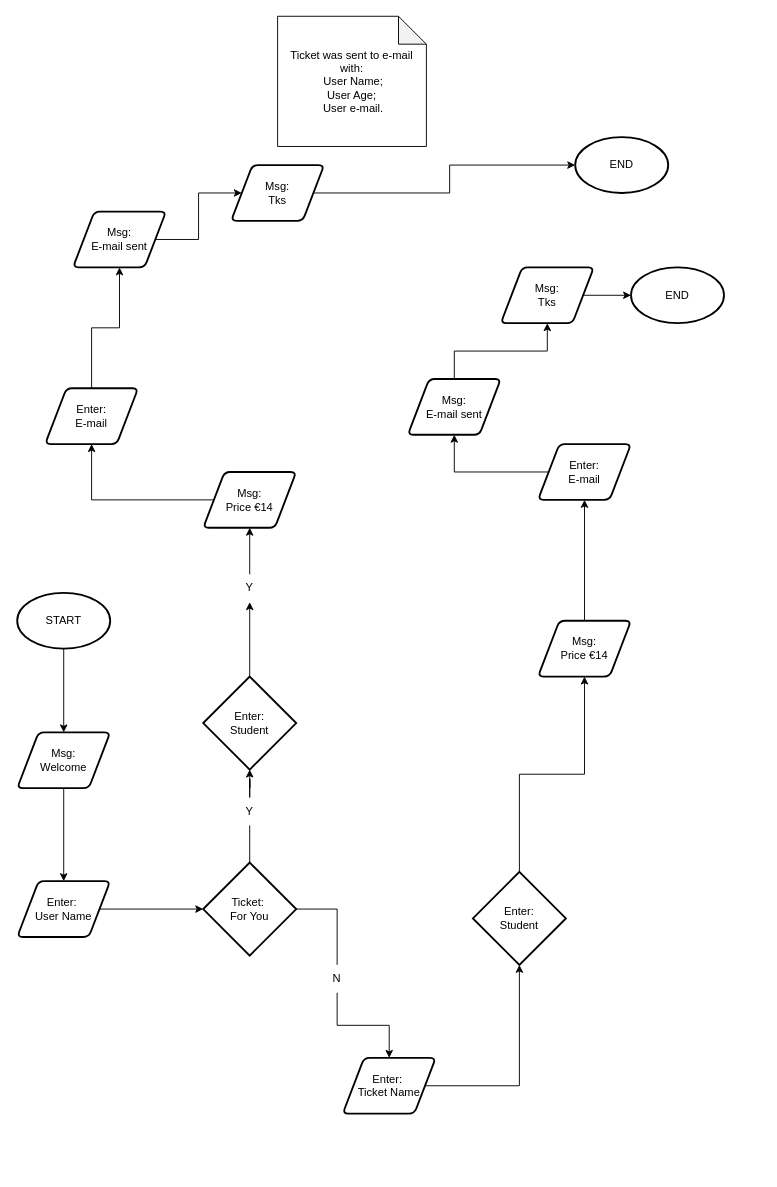
sergio-oliveira-br/NCI-CA-Web-Design keeps this draw.io diagram as js/Untitled Diagram.drawio. Above is the earlier version. Source tidied: cells renumbered, new cells numbered last; positions are measured from the earlier drawing's top-left corner, leaving out a move shared by most shapes. Both pictures are drawn from the tidied source at 93%, with x=0, y=0 at pixel (17, 16).
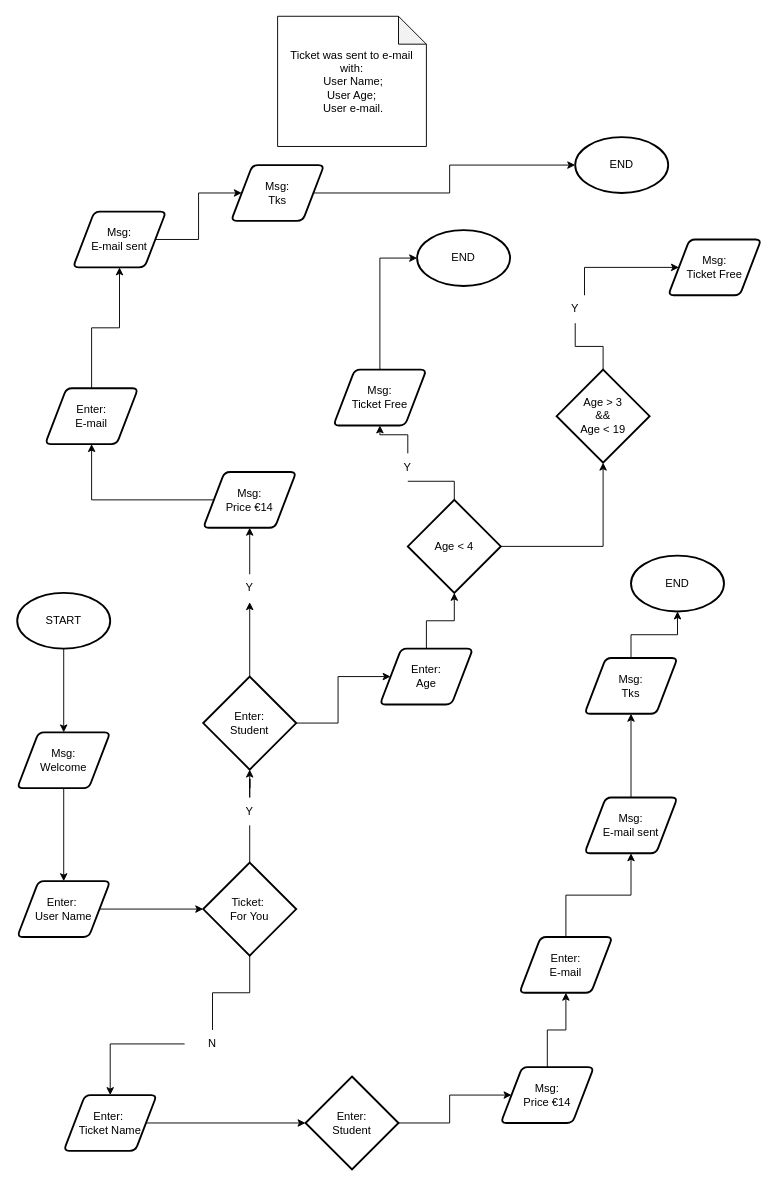
Above is the later version.

Unchanged cells that the change refers to:
```xml
<mxCell id="13" value="Enter:&lt;br&gt;Student" style="strokeWidth=2;html=1;shape=mxgraph.flowchart.decision;whiteSpace=wrap;" parent="1" vertex="1">
  <mxGeometry x="200" y="710" width="100" height="100" as="geometry" />
</mxCell>
```

The edit, as a diff of the source:
```diff
@@
+    <mxCell id="43" style="edgeStyle=orthogonalEdgeStyle;rounded=0;jettySize=auto;html=1;" parent="1" edge="1" source="13" target="45">
+      <mxGeometry relative="1" as="geometry" />
+    </mxCell>
@@
     <mxCell id="26" value="Enter:&amp;nbsp;&lt;br&gt;Ticket Name" style="shape=parallelogram;html=1;strokeWidth=2;perimeter=parallelogramPerimeter;whiteSpace=wrap;rounded=1;arcSize=12;size=0.23;" parent="1" vertex="1">
-      <mxGeometry x="350" y="1120" width="100" height="60" as="geometry" />
+      <mxGeometry x="50" y="1160" width="100" height="60" as="geometry" />
     </mxCell>
@@
     <mxCell id="29" value="N" style="text;html=1;strokeColor=none;fillColor=none;align=center;verticalAlign=middle;whiteSpace=wrap;rounded=0;" parent="1" vertex="1">
-      <mxGeometry x="314" y="1020" width="60" height="30" as="geometry" />
+      <mxGeometry x="180" y="1090" width="60" height="30" as="geometry" />
     </mxCell>
@@
     <mxCell id="31" value="Enter:&lt;br&gt;Student" style="strokeWidth=2;html=1;shape=mxgraph.flowchart.decision;whiteSpace=wrap;" parent="1" vertex="1">
-      <mxGeometry x="490" y="920" width="100" height="100" as="geometry" />
+      <mxGeometry x="310" y="1140" width="100" height="100" as="geometry" />
     </mxCell>
@@
     <mxCell id="33" value="Msg:&lt;br&gt;Price €14" style="shape=parallelogram;html=1;strokeWidth=2;perimeter=parallelogramPerimeter;whiteSpace=wrap;rounded=1;arcSize=12;size=0.23;" parent="1" vertex="1">
-      <mxGeometry x="560" y="650" width="100" height="60" as="geometry" />
+      <mxGeometry x="520" y="1130" width="100" height="60" as="geometry" />
     </mxCell>
@@
     <mxCell id="35" value="Enter:&lt;br&gt;E-mail" style="shape=parallelogram;html=1;strokeWidth=2;perimeter=parallelogramPerimeter;whiteSpace=wrap;rounded=1;arcSize=12;size=0.23;" parent="1" vertex="1">
-      <mxGeometry x="560" y="460" width="100" height="60" as="geometry" />
+      <mxGeometry x="540" y="990" width="100" height="60" as="geometry" />
     </mxCell>
@@
     <mxCell id="37" value="Msg:&lt;br&gt;E-mail sent" style="shape=parallelogram;html=1;strokeWidth=2;perimeter=parallelogramPerimeter;whiteSpace=wrap;rounded=1;arcSize=12;size=0.23;" parent="1" vertex="1">
-      <mxGeometry x="420" y="390" width="100" height="60" as="geometry" />
+      <mxGeometry x="610" y="840" width="100" height="60" as="geometry" />
     </mxCell>
@@
     <mxCell id="39" value="Msg:&lt;br&gt;Tks" style="shape=parallelogram;html=1;strokeWidth=2;perimeter=parallelogramPerimeter;whiteSpace=wrap;rounded=1;arcSize=12;size=0.23;" parent="1" vertex="1">
-      <mxGeometry x="520" y="270" width="100" height="60" as="geometry" />
+      <mxGeometry x="610" y="690" width="100" height="60" as="geometry" />
     </mxCell>
@@
     <mxCell id="42" value="END" style="strokeWidth=2;html=1;shape=mxgraph.flowchart.start_1;whiteSpace=wrap;" parent="1" vertex="1">
-      <mxGeometry x="660" y="270" width="100" height="60" as="geometry" />
+      <mxGeometry x="660" y="580" width="100" height="60" as="geometry" />
     </mxCell>
+    <mxCell id="44" style="edgeStyle=orthogonalEdgeStyle;rounded=0;jettySize=auto;html=1;" parent="1" edge="1" source="45" target="48">
+      <mxGeometry relative="1" as="geometry" />
+    </mxCell>
+    <mxCell id="45" value="Enter:&lt;br&gt;Age" style="shape=parallelogram;html=1;strokeWidth=2;perimeter=parallelogramPerimeter;whiteSpace=wrap;rounded=1;arcSize=12;size=0.23;" parent="1" vertex="1">
+      <mxGeometry x="390" y="680" width="100" height="60" as="geometry" />
+    </mxCell>
+    <mxCell id="46" style="edgeStyle=orthogonalEdgeStyle;rounded=0;jettySize=auto;html=1;" parent="1" edge="1" source="55" target="50">
+      <mxGeometry relative="1" as="geometry" />
+    </mxCell>
+    <mxCell id="47" style="edgeStyle=orthogonalEdgeStyle;rounded=0;jettySize=auto;html=1;" parent="1" edge="1" source="48" target="53">
+      <mxGeometry relative="1" as="geometry" />
+    </mxCell>
+    <mxCell id="48" value="Age &amp;lt; 4" style="strokeWidth=2;html=1;shape=mxgraph.flowchart.decision;whiteSpace=wrap;" parent="1" vertex="1">
+      <mxGeometry x="420" y="520" width="100" height="100" as="geometry" />
+    </mxCell>
+    <mxCell id="49" style="edgeStyle=orthogonalEdgeStyle;rounded=0;jettySize=auto;html=1;" parent="1" edge="1" source="50" target="51">
+      <mxGeometry relative="1" as="geometry">
+        <Array as="points">
+          <mxPoint x="390" y="260" />
+        </Array>
+      </mxGeometry>
+    </mxCell>
+    <mxCell id="50" value="Msg:&lt;br&gt;Ticket Free" style="shape=parallelogram;html=1;strokeWidth=2;perimeter=parallelogramPerimeter;whiteSpace=wrap;rounded=1;arcSize=12;size=0.23;" parent="1" vertex="1">
+      <mxGeometry x="340" y="380" width="100" height="60" as="geometry" />
+    </mxCell>
+    <mxCell id="51" value="END" style="strokeWidth=2;html=1;shape=mxgraph.flowchart.start_1;whiteSpace=wrap;" parent="1" vertex="1">
+      <mxGeometry x="430" y="230" width="100" height="60" as="geometry" />
+    </mxCell>
+    <mxCell id="52" style="edgeStyle=orthogonalEdgeStyle;rounded=0;jettySize=auto;html=1;" parent="1" edge="1" source="58" target="56">
+      <mxGeometry relative="1" as="geometry">
+        <Array as="points">
+          <mxPoint x="610" y="270" />
+        </Array>
+      </mxGeometry>
+    </mxCell>
+    <mxCell id="53" value="Age &amp;gt; 3 &lt;br&gt;&amp;amp;&amp;amp; &lt;br&gt;Age &amp;lt; 19" style="strokeWidth=2;html=1;shape=mxgraph.flowchart.decision;whiteSpace=wrap;" parent="1" vertex="1">
+      <mxGeometry x="580" y="380" width="100" height="100" as="geometry" />
+    </mxCell>
+    <mxCell id="54" style="edgeStyle=orthogonalEdgeStyle;rounded=0;jettySize=auto;html=1;endArrow=none;endFill=0;" parent="1" edge="1" source="48" target="55">
+      <mxGeometry relative="1" as="geometry" />
+    </mxCell>
+    <mxCell id="55" value="Y" style="text;html=1;strokeColor=none;fillColor=none;align=center;verticalAlign=middle;whiteSpace=wrap;rounded=0;" parent="1" vertex="1">
+      <mxGeometry x="390" y="470" width="60" height="30" as="geometry" />
+    </mxCell>
+    <mxCell id="56" value="Msg:&lt;br&gt;Ticket Free" style="shape=parallelogram;html=1;strokeWidth=2;perimeter=parallelogramPerimeter;whiteSpace=wrap;rounded=1;arcSize=12;size=0.23;" parent="1" vertex="1">
+      <mxGeometry x="700" y="240" width="100" height="60" as="geometry" />
+    </mxCell>
+    <mxCell id="57" style="edgeStyle=orthogonalEdgeStyle;rounded=0;jettySize=auto;html=1;endArrow=none;endFill=0;" parent="1" edge="1" source="53" target="58">
+      <mxGeometry relative="1" as="geometry" />
+    </mxCell>
+    <mxCell id="58" value="Y" style="text;html=1;strokeColor=none;fillColor=none;align=center;verticalAlign=middle;whiteSpace=wrap;rounded=0;" parent="1" vertex="1">
+      <mxGeometry x="570" y="300" width="60" height="30" as="geometry" />
+    </mxCell>
```
